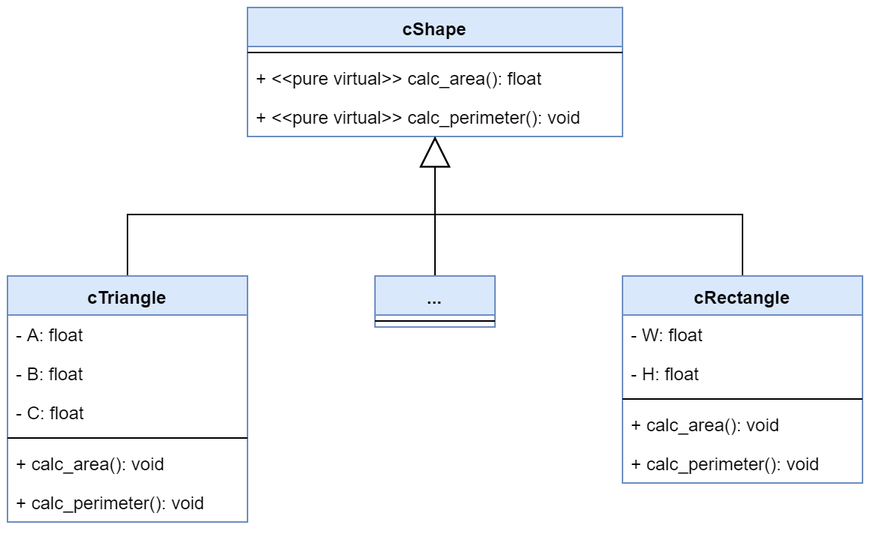
This is Design Patterns/Design Patterns [Official]/Visitor/Support/Images/Without Pattern 2.png from kieuconghau/lthdt-18clc1-09, a draw.io export, as it was before one commit. Source tidied: cells renumbered, new cells last; positions are measured from the earlier drawing's top-left corner, leaving out a move shared by most shapes.
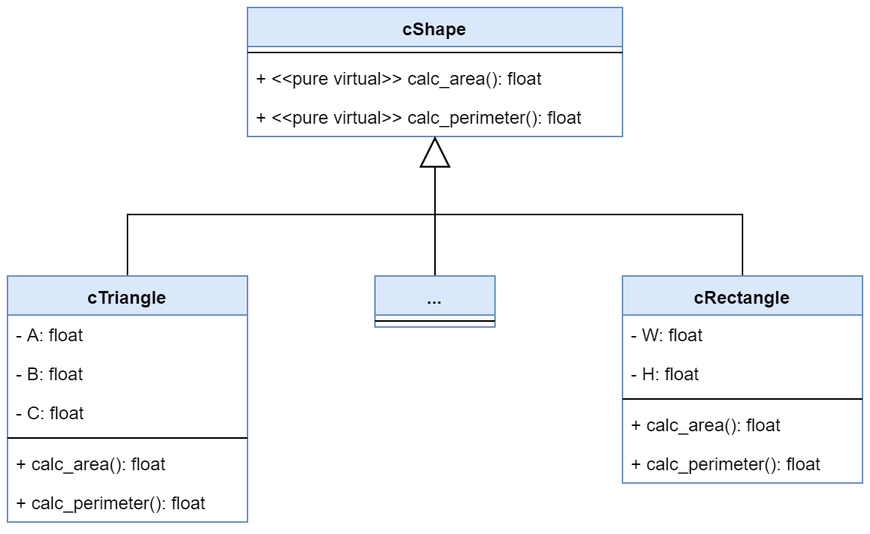
Above is the later version.

What changed in the source:
```diff
@@ -11,7 +11,7 @@
     <mxCell id="4" value="+ &lt;&lt;pure virtual&gt;&gt; calc_area(): float" style="text;strokeColor=none;fillColor=none;align=left;verticalAlign=top;spacingLeft=4;spacingRight=4;overflow=hidden;" parent="2" vertex="1">
       <mxGeometry y="34" width="250" height="26" as="geometry" />
     </mxCell>
-    <mxCell id="5" value="+ &lt;&lt;pure virtual&gt;&gt; calc_perimeter(): void" style="text;strokeColor=none;fillColor=none;align=left;verticalAlign=top;spacingLeft=4;spacingRight=4;overflow=hidden;" parent="2" vertex="1">
+    <mxCell id="5" value="+ &lt;&lt;pure virtual&gt;&gt; calc_perimeter(): float" style="text;strokeColor=none;fillColor=none;align=left;verticalAlign=top;spacingLeft=4;spacingRight=4;overflow=hidden;" parent="2" vertex="1">
       <mxGeometry y="60" width="250" height="26" as="geometry" />
     </mxCell>
     <mxCell id="6" style="edgeStyle=orthogonalEdgeStyle;rounded=0;jettySize=auto;html=1;endSize=18;endArrow=block;endFill=0;" parent="1" edge="1" source="7" target="2">
@@ -32,10 +32,10 @@
     <mxCell id="11" style="line;strokeWidth=1;fillColor=none;align=left;verticalAlign=middle;spacingTop=-1;spacingLeft=3;spacingRight=3;labelPosition=right;" parent="7" vertex="1">
       <mxGeometry y="104" width="160" height="8" as="geometry" />
     </mxCell>
-    <mxCell id="12" value="+ calc_area(): void" style="text;strokeColor=none;fillColor=none;align=left;verticalAlign=top;spacingLeft=4;spacingRight=4;overflow=hidden;" parent="7" vertex="1">
+    <mxCell id="12" value="+ calc_area(): float" style="text;strokeColor=none;fillColor=none;align=left;verticalAlign=top;spacingLeft=4;spacingRight=4;overflow=hidden;" parent="7" vertex="1">
       <mxGeometry y="112" width="160" height="26" as="geometry" />
     </mxCell>
-    <mxCell id="13" value="+ calc_perimeter(): void" style="text;strokeColor=none;fillColor=none;align=left;verticalAlign=top;spacingLeft=4;spacingRight=4;overflow=hidden;" parent="7" vertex="1">
+    <mxCell id="13" value="+ calc_perimeter(): float" style="text;strokeColor=none;fillColor=none;align=left;verticalAlign=top;spacingLeft=4;spacingRight=4;overflow=hidden;" parent="7" vertex="1">
       <mxGeometry y="138" width="160" height="26" as="geometry" />
     </mxCell>
     <mxCell id="14" style="edgeStyle=orthogonalEdgeStyle;rounded=0;jettySize=auto;html=1;endSize=18;endArrow=block;endFill=0;" parent="1" edge="1" source="15" target="2">
@@ -53,10 +53,10 @@
     <mxCell id="18" style="line;strokeWidth=1;fillColor=none;align=left;verticalAlign=middle;spacingTop=-1;spacingLeft=3;spacingRight=3;labelPosition=right;" parent="15" vertex="1">
       <mxGeometry y="78" width="160" height="8" as="geometry" />
     </mxCell>
-    <mxCell id="19" value="+ calc_area(): void" style="text;strokeColor=none;fillColor=none;align=left;verticalAlign=top;spacingLeft=4;spacingRight=4;overflow=hidden;" parent="15" vertex="1">
+    <mxCell id="19" value="+ calc_area(): float" style="text;strokeColor=none;fillColor=none;align=left;verticalAlign=top;spacingLeft=4;spacingRight=4;overflow=hidden;" parent="15" vertex="1">
       <mxGeometry y="86" width="160" height="26" as="geometry" />
     </mxCell>
-    <mxCell id="20" value="+ calc_perimeter(): void" style="text;strokeColor=none;fillColor=none;align=left;verticalAlign=top;spacingLeft=4;spacingRight=4;overflow=hidden;" parent="15" vertex="1">
+    <mxCell id="20" value="+ calc_perimeter(): float" style="text;strokeColor=none;fillColor=none;align=left;verticalAlign=top;spacingLeft=4;spacingRight=4;overflow=hidden;" parent="15" vertex="1">
       <mxGeometry y="112" width="160" height="26" as="geometry" />
     </mxCell>
     <mxCell id="21" style="edgeStyle=orthogonalEdgeStyle;rounded=0;jettySize=auto;html=1;endArrow=block;endFill=0;endSize=18;" parent="1" edge="1" source="22" target="2">
```
